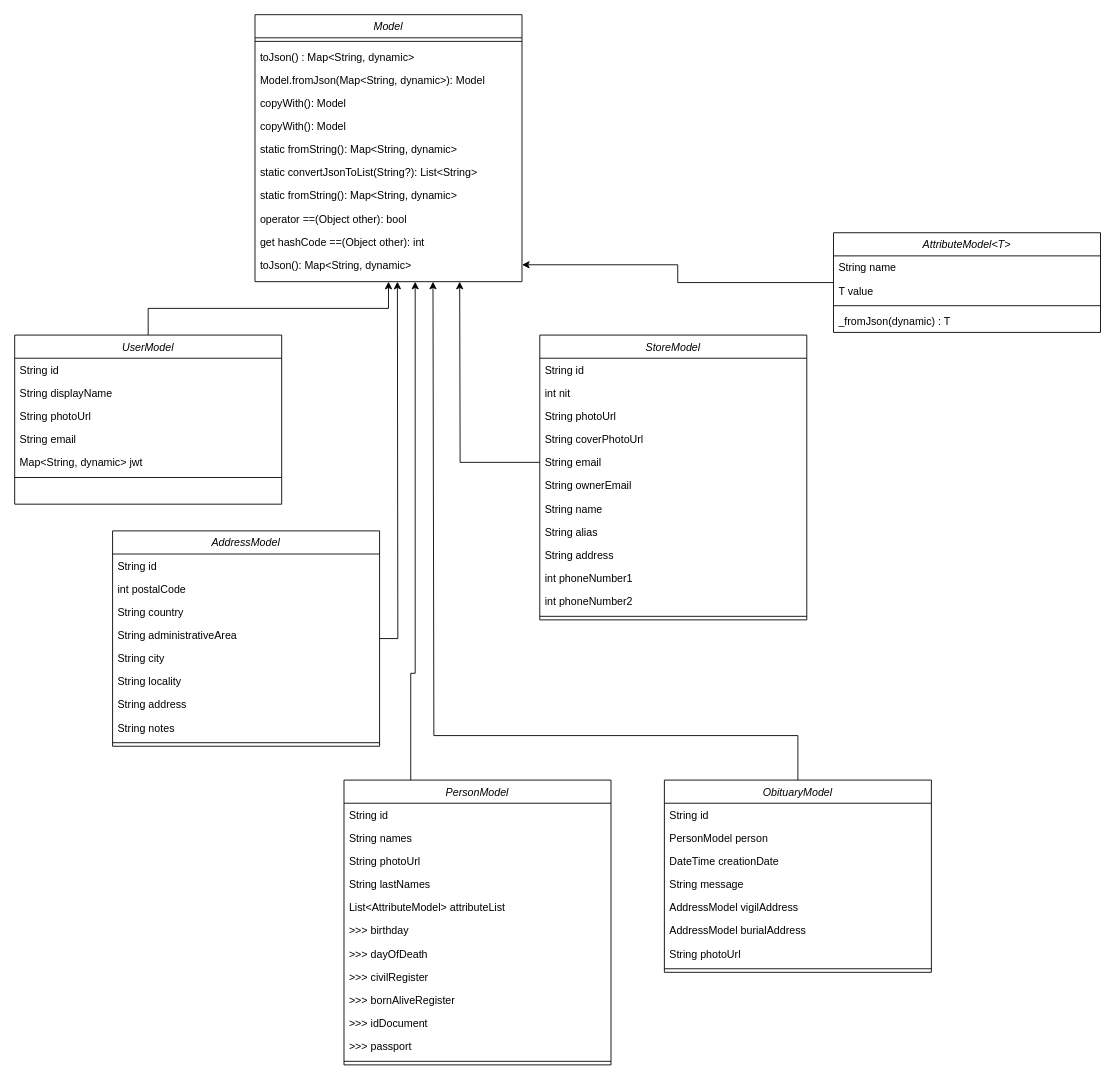
The draw.io diagram uml/uml_diagrams.drawio in grupo-jocaagura/jocaagura_domain, before the edit. Source tidied: cells renumbered, new cells numbered last; positions are measured from the earlier drawing's top-left corner, leaving out a move shared by most shapes. Both pictures are drawn from the tidied source at 89%, with x=0, y=0 at pixel (14, 14).
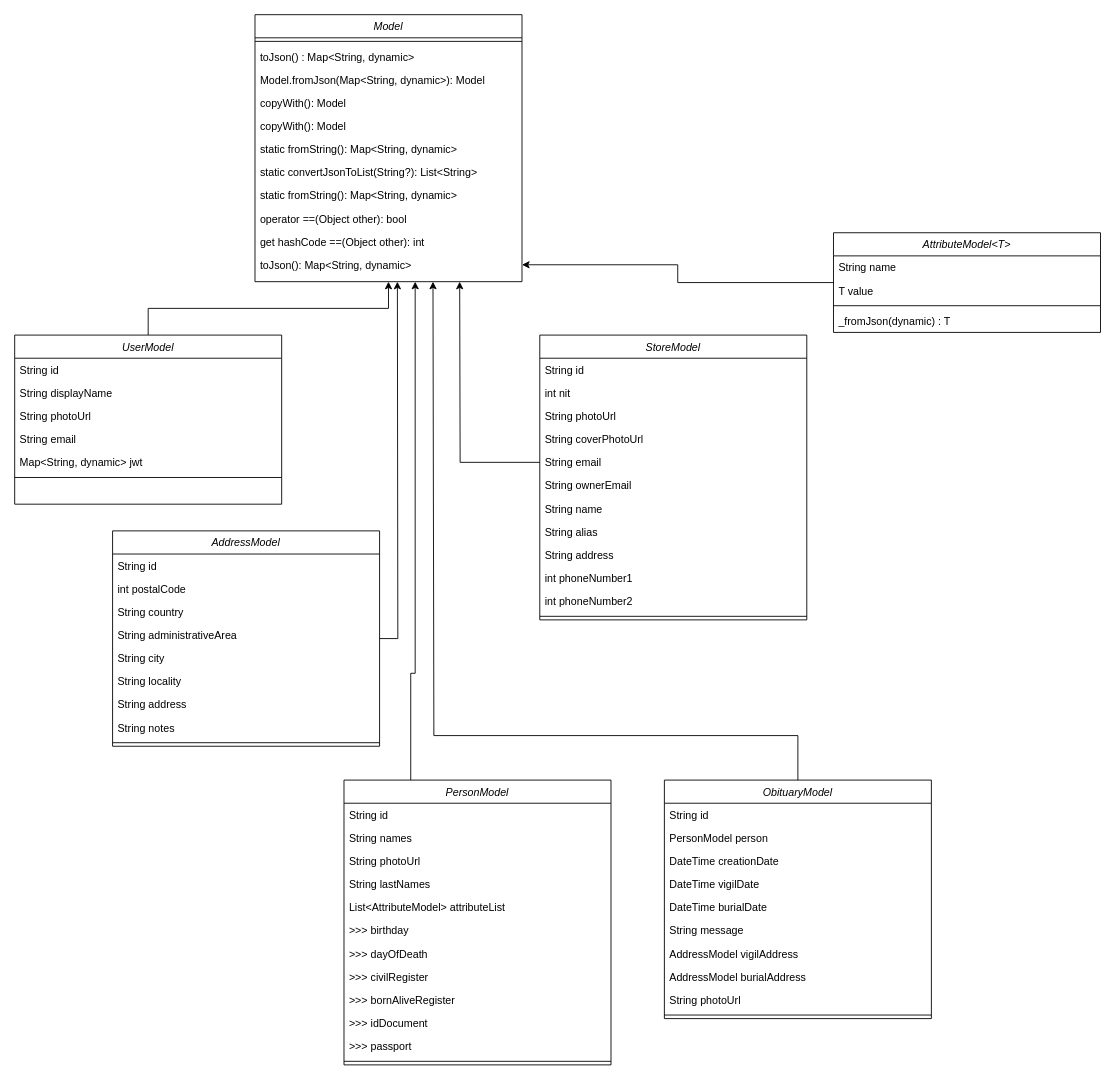
After the change.

Commit message (it also covers changes not shown here):
fix: Add vigilDate and burialDate to obituary_model.dart

Diff of the diagram source:
```diff
@@
     <mxCell id="52" value="ObituaryModel" style="swimlane;fontStyle=2;align=center;verticalAlign=top;horizontal=1;startSize=26;rounded=0;shadow=0;strokeWidth=1;" parent="1" vertex="1">
-      <mxGeometry x="730" y="860" width="300" height="216" as="geometry" />
+      <mxGeometry x="730" y="860" width="300" height="268" as="geometry" />
     </mxCell>
@@
+    <mxCell id="80" value="DateTime vigilDate" style="text;align=left;verticalAlign=top;spacingLeft=4;spacingRight=4;overflow=hidden;" parent="52" vertex="1">
+      <mxGeometry y="104" width="300" height="26" as="geometry" />
+    </mxCell>
+    <mxCell id="81" value="DateTime burialDate" style="text;align=left;verticalAlign=top;spacingLeft=4;spacingRight=4;overflow=hidden;" parent="52" vertex="1">
+      <mxGeometry y="130" width="300" height="26" as="geometry" />
+    </mxCell>
     <mxCell id="57" value="String message" style="text;align=left;verticalAlign=top;spacingLeft=4;spacingRight=4;overflow=hidden;" parent="52" vertex="1">
-      <mxGeometry y="104" width="300" height="26" as="geometry" />
+      <mxGeometry y="156" width="300" height="26" as="geometry" />
     </mxCell>
     <mxCell id="58" value="AddressModel vigilAddress" style="text;align=left;verticalAlign=top;spacingLeft=4;spacingRight=4;overflow=hidden;" parent="52" vertex="1">
-      <mxGeometry y="130" width="300" height="26" as="geometry" />
+      <mxGeometry y="182" width="300" height="26" as="geometry" />
     </mxCell>
     <mxCell id="59" value="AddressModel burialAddress" style="text;align=left;verticalAlign=top;spacingLeft=4;spacingRight=4;overflow=hidden;" parent="52" vertex="1">
-      <mxGeometry y="156" width="300" height="26" as="geometry" />
+      <mxGeometry y="208" width="300" height="26" as="geometry" />
     </mxCell>
     <mxCell id="60" value="String photoUrl" style="text;align=left;verticalAlign=top;spacingLeft=4;spacingRight=4;overflow=hidden;" parent="52" vertex="1">
-      <mxGeometry y="182" width="300" height="26" as="geometry" />
+      <mxGeometry y="234" width="300" height="26" as="geometry" />
     </mxCell>
     <mxCell id="61" style="line;html=1;strokeWidth=1;align=left;verticalAlign=middle;spacingTop=-1;spacingLeft=3;spacingRight=3;labelPosition=right;" parent="52" vertex="1">
-      <mxGeometry y="208" width="300" height="8" as="geometry" />
+      <mxGeometry y="260" width="300" height="8" as="geometry" />
     </mxCell>
```
